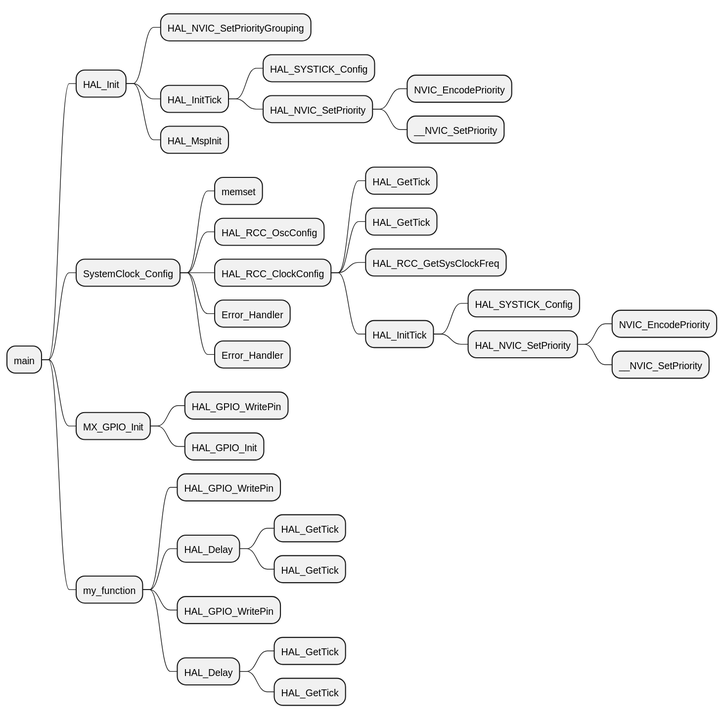
Above: image/debug.svg in AnChangNice/elfcallgraph (PlantUML), before the change.
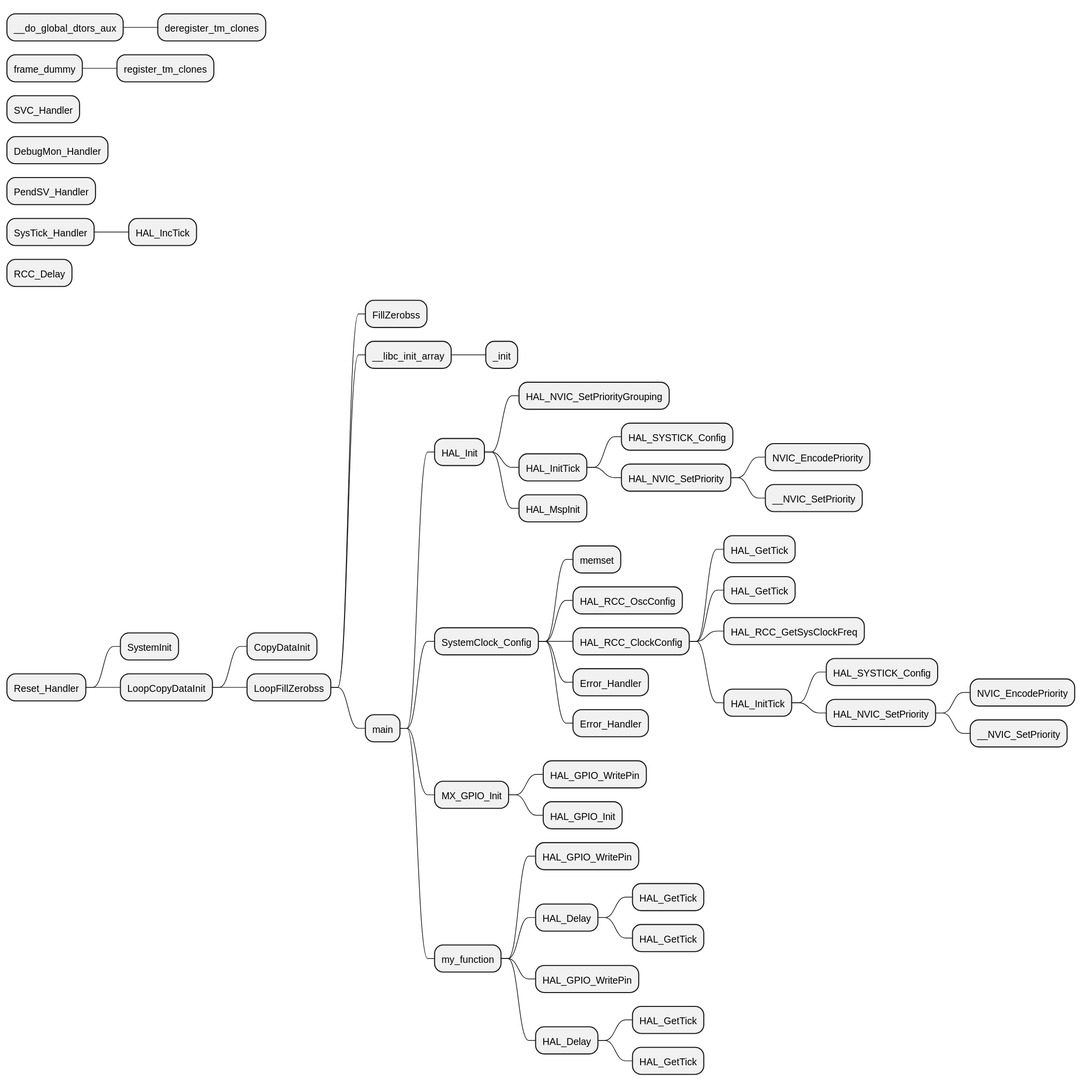
Later version of the same file.

Diff of the diagram source:
```diff
@@ -1,37 +1,55 @@
 @startmindmap
-* main
-** HAL_Init
-*** HAL_NVIC_SetPriorityGrouping
-*** HAL_InitTick
-**** HAL_SYSTICK_Config
-**** HAL_NVIC_SetPriority
-***** NVIC_EncodePriority
-***** __NVIC_SetPriority
-*** HAL_MspInit
-** SystemClock_Config
-*** memset
-*** HAL_RCC_OscConfig
-*** HAL_RCC_ClockConfig
-**** HAL_GetTick
-**** HAL_GetTick
-**** HAL_RCC_GetSysClockFreq
-**** HAL_InitTick
-***** HAL_SYSTICK_Config
-***** HAL_NVIC_SetPriority
-****** NVIC_EncodePriority
-****** __NVIC_SetPriority
-*** Error_Handler
-*** Error_Handler
-** MX_GPIO_Init
-*** HAL_GPIO_WritePin
-*** HAL_GPIO_Init
-** my_function
-*** HAL_GPIO_WritePin
-*** HAL_Delay
-**** HAL_GetTick
-**** HAL_GetTick
-*** HAL_GPIO_WritePin
-*** HAL_Delay
-**** HAL_GetTick
-**** HAL_GetTick
+* __do_global_dtors_aux
+** deregister_tm_clones
+* frame_dummy
+** register_tm_clones
+* SVC_Handler
+* DebugMon_Handler
+* PendSV_Handler
+* SysTick_Handler
+** HAL_IncTick
+* RCC_Delay
+* Reset_Handler
+** SystemInit
+** LoopCopyDataInit
+*** CopyDataInit
+*** LoopFillZerobss
+**** FillZerobss
+**** __libc_init_array
+***** _init
+**** main
+***** HAL_Init
+****** HAL_NVIC_SetPriorityGrouping
+****** HAL_InitTick
+******* HAL_SYSTICK_Config
+******* HAL_NVIC_SetPriority
+******** NVIC_EncodePriority
+******** __NVIC_SetPriority
+****** HAL_MspInit
+***** SystemClock_Config
+****** memset
+****** HAL_RCC_OscConfig
+****** HAL_RCC_ClockConfig
+******* HAL_GetTick
+******* HAL_GetTick
+******* HAL_RCC_GetSysClockFreq
+******* HAL_InitTick
+******** HAL_SYSTICK_Config
+******** HAL_NVIC_SetPriority
+********* NVIC_EncodePriority
+********* __NVIC_SetPriority
+****** Error_Handler
+****** Error_Handler
+***** MX_GPIO_Init
+****** HAL_GPIO_WritePin
+****** HAL_GPIO_Init
+***** my_function
+****** HAL_GPIO_WritePin
+****** HAL_Delay
+******* HAL_GetTick
+******* HAL_GetTick
+****** HAL_GPIO_WritePin
+****** HAL_Delay
+******* HAL_GetTick
+******* HAL_GetTick
 @endmindmap
```
